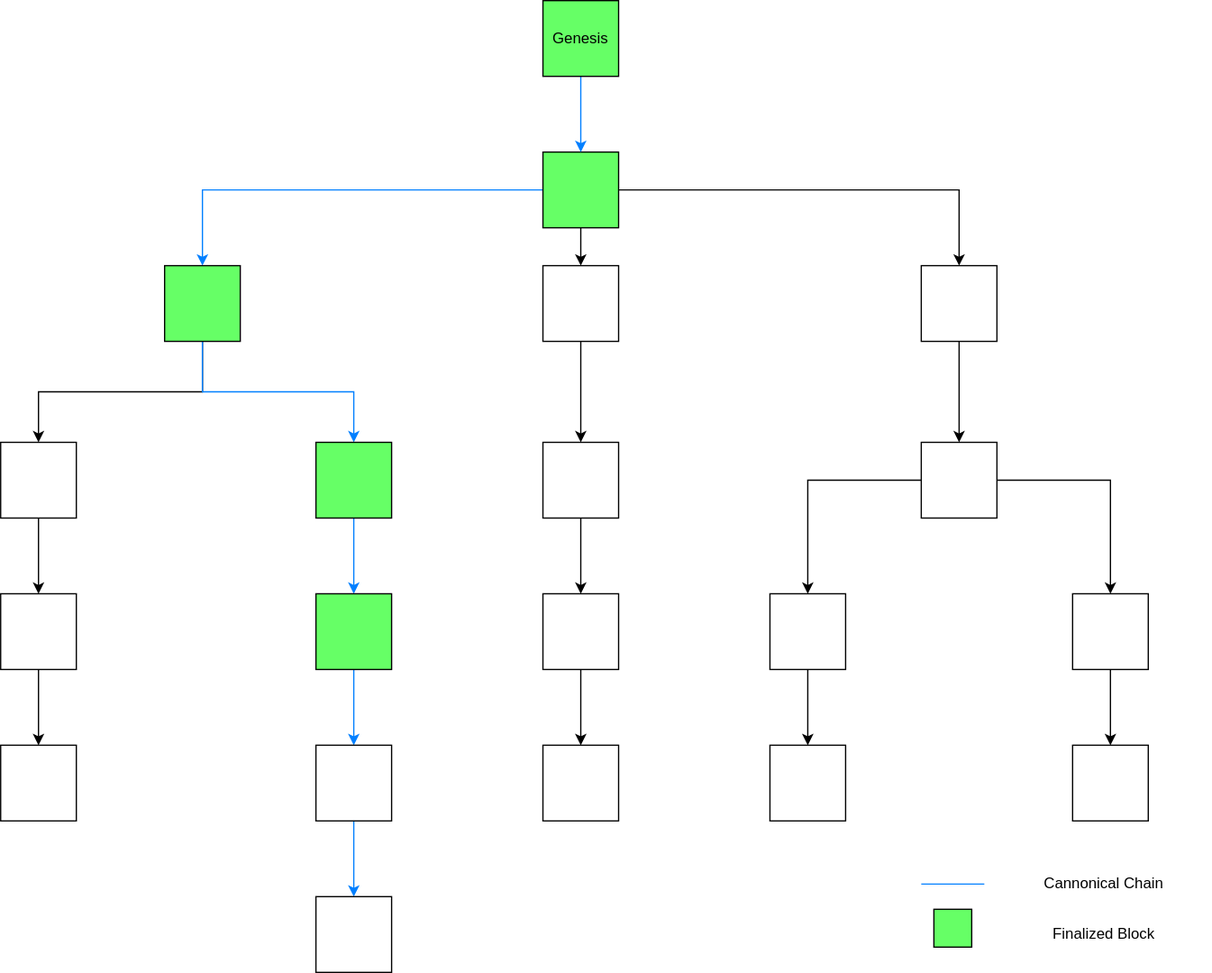
The draw.io diagram public/assets/blockchain-example.svg in ParthDesai/parthdesai.github.io, before a commit. Source tidied: cells renumbered, new cells last; positions are measured from the earlier drawing's top-left corner, leaving out a move shared by most shapes.
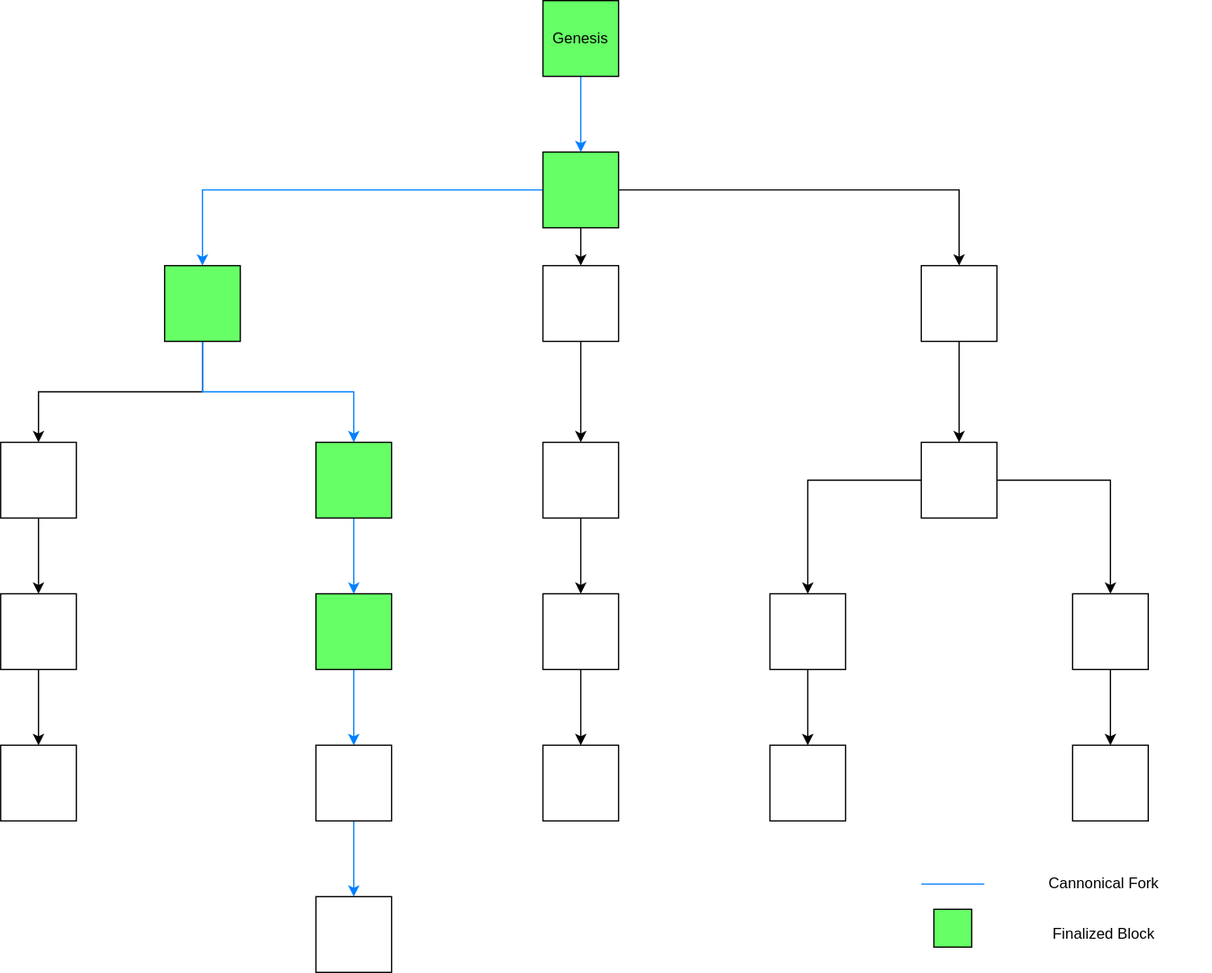
The same diagram one commit later.

What changed in the source:
```diff
@@ -101,7 +101,7 @@
     <mxCell id="34" style="rounded=0;whiteSpace=wrap;html=1;strokeColor=#FFFFFF;fillColor=#FFFFFF;" parent="1" vertex="1">
       <mxGeometry x="700" y="670" width="260" height="100" as="geometry" />
     </mxCell>
-    <mxCell id="35" value="Cannonical Chain" style="text;html=1;strokeColor=none;fillColor=none;align=center;verticalAlign=middle;whiteSpace=wrap;rounded=0;" parent="1" vertex="1">
+    <mxCell id="35" value="Cannonical Fork" style="text;html=1;strokeColor=none;fillColor=none;align=center;verticalAlign=middle;whiteSpace=wrap;rounded=0;" parent="1" vertex="1">
       <mxGeometry x="820" y="690" width="110" height="20" as="geometry" />
     </mxCell>
     <mxCell id="36" value="Finalized Block" style="text;html=1;strokeColor=none;fillColor=none;align=center;verticalAlign=middle;whiteSpace=wrap;rounded=0;" parent="1" vertex="1">
```
